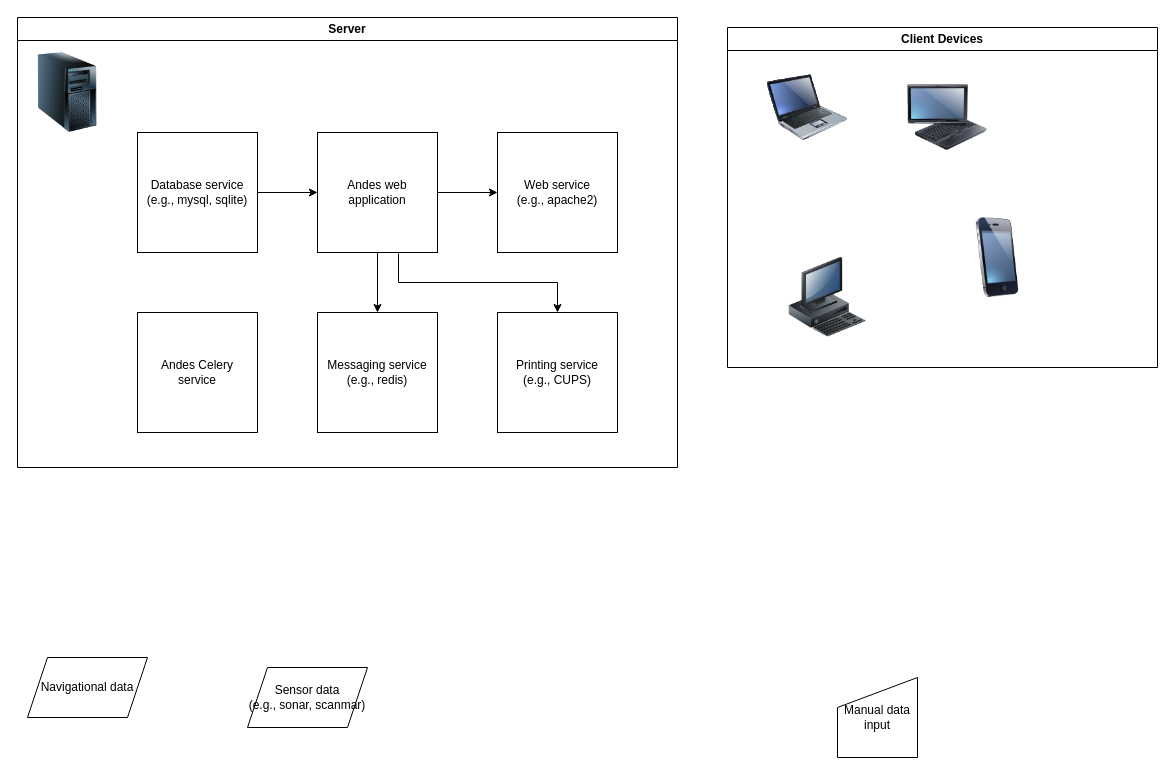
The draw.io diagram ANDES-TechReport-EN/figures/src/erd_architecture.drawio in dfo-gulf-science/ANDES-description-report-2023, before the edit. Source tidied: cells renumbered, new cells numbered last; positions are measured from the earlier drawing's top-left corner, leaving out a move shared by most shapes. Both pictures are drawn from the tidied source at 100%, with x=0, y=0 at pixel (17, 17).
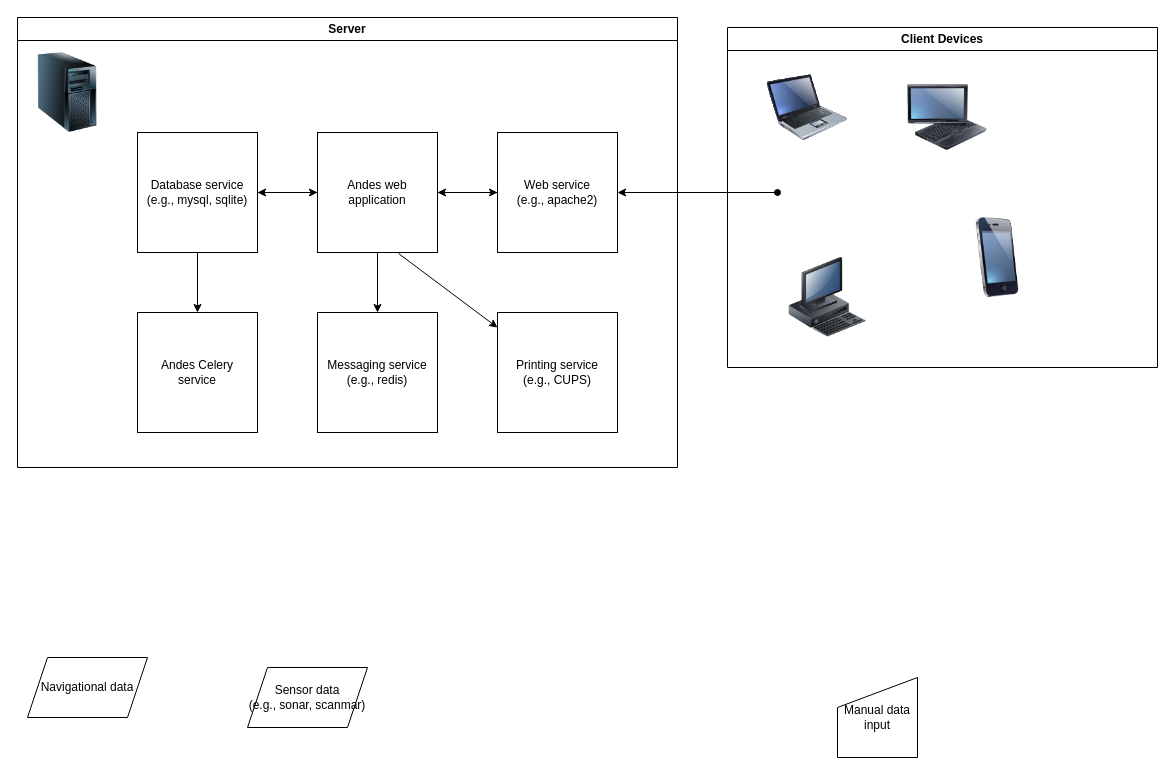
The same diagram, later.

Unchanged cells that the change refers to:
```xml
<mxCell id="2" value="Server" style="swimlane;whiteSpace=wrap;html=1;" parent="1" vertex="1">
  <mxGeometry width="660" height="450" as="geometry" />
</mxCell>
<mxCell id="4" value="Database service&lt;br&gt;(e.g., mysql, sqlite)" style="whiteSpace=wrap;html=1;" parent="2" vertex="1">
  <mxGeometry x="120" y="115" width="120" height="120" as="geometry" />
</mxCell>
<mxCell id="7" value="Andes web application" style="whiteSpace=wrap;html=1;" parent="2" vertex="1">
  <mxGeometry x="300" y="115" width="120" height="120" as="geometry" />
</mxCell>
<mxCell id="8" value="Web service&lt;br&gt;(e.g., apache2)" style="whiteSpace=wrap;html=1;" parent="2" vertex="1">
  <mxGeometry x="480" y="115" width="120" height="120" as="geometry" />
</mxCell>
<mxCell id="9" value="Andes Celery&lt;br&gt;service" style="whiteSpace=wrap;html=1;" parent="2" vertex="1">
  <mxGeometry x="120" y="295" width="120" height="120" as="geometry" />
</mxCell>
<mxCell id="10" value="Messaging service&lt;br&gt;(e.g., redis)" style="whiteSpace=wrap;html=1;" parent="2" vertex="1">
  <mxGeometry x="300" y="295" width="120" height="120" as="geometry" />
</mxCell>
<mxCell id="11" value="Printing service&lt;br&gt;(e.g., CUPS)" style="whiteSpace=wrap;html=1;" parent="2" vertex="1">
  <mxGeometry x="480" y="295" width="120" height="120" as="geometry" />
</mxCell>
```

Change to the diagram source:
```diff
@@
-    <mxCell id="3" style="edgeStyle=orthogonalEdgeStyle;rounded=0;jettySize=auto;html=1;" parent="2" edge="1" source="4" target="7">
+    <mxCell id="3" style="rounded=0;jettySize=auto;html=1;" parent="2" edge="1" source="4" target="7">
       <mxGeometry relative="1" as="geometry" />
     </mxCell>
+    <mxCell id="25" style="rounded=0;jettySize=auto;html=1;" parent="2" edge="1" source="4" target="9">
+      <mxGeometry relative="1" as="geometry" />
+    </mxCell>
@@
-    <mxCell id="5" style="edgeStyle=orthogonalEdgeStyle;rounded=0;jettySize=auto;html=1;" parent="2" edge="1" source="7" target="10">
+    <mxCell id="5" style="rounded=0;jettySize=auto;html=1;" parent="2" edge="1" source="7" target="10">
       <mxGeometry relative="1" as="geometry" />
     </mxCell>
-    <mxCell id="6" style="edgeStyle=orthogonalEdgeStyle;rounded=0;jettySize=auto;html=1;" parent="2" edge="1" source="7" target="8">
+    <mxCell id="6" style="rounded=0;jettySize=auto;html=1;" parent="2" edge="1" source="7" target="8">
       <mxGeometry relative="1" as="geometry" />
     </mxCell>
+    <mxCell id="26" style="rounded=0;jettySize=auto;html=1;" parent="2" edge="1" source="7" target="4">
+      <mxGeometry relative="1" as="geometry" />
+    </mxCell>
@@
+    <mxCell id="27" style="rounded=0;jettySize=auto;html=1;" parent="2" edge="1" source="8" target="7">
+      <mxGeometry relative="1" as="geometry" />
+    </mxCell>
+    <mxCell id="28" style="rounded=0;jettySize=auto;html=1;endArrow=oval;endFill=1;startArrow=classic;startFill=1;" parent="2" edge="1" source="8">
+      <mxGeometry relative="1" as="geometry">
+        <mxPoint x="760" y="175" as="targetPoint" />
+      </mxGeometry>
+    </mxCell>
@@
-    <mxCell id="13" style="edgeStyle=orthogonalEdgeStyle;rounded=0;jettySize=auto;html=1;exitX=0.675;exitY=1.008;exitDx=0;exitDy=0;exitPerimeter=0;" parent="2" edge="1" source="7" target="11">
+    <mxCell id="13" style="rounded=0;jettySize=auto;html=1;exitX=0.675;exitY=1.008;exitDx=0;exitDy=0;exitPerimeter=0;" parent="2" edge="1" source="7" target="11">
       <mxGeometry relative="1" as="geometry" />
     </mxCell>
```
